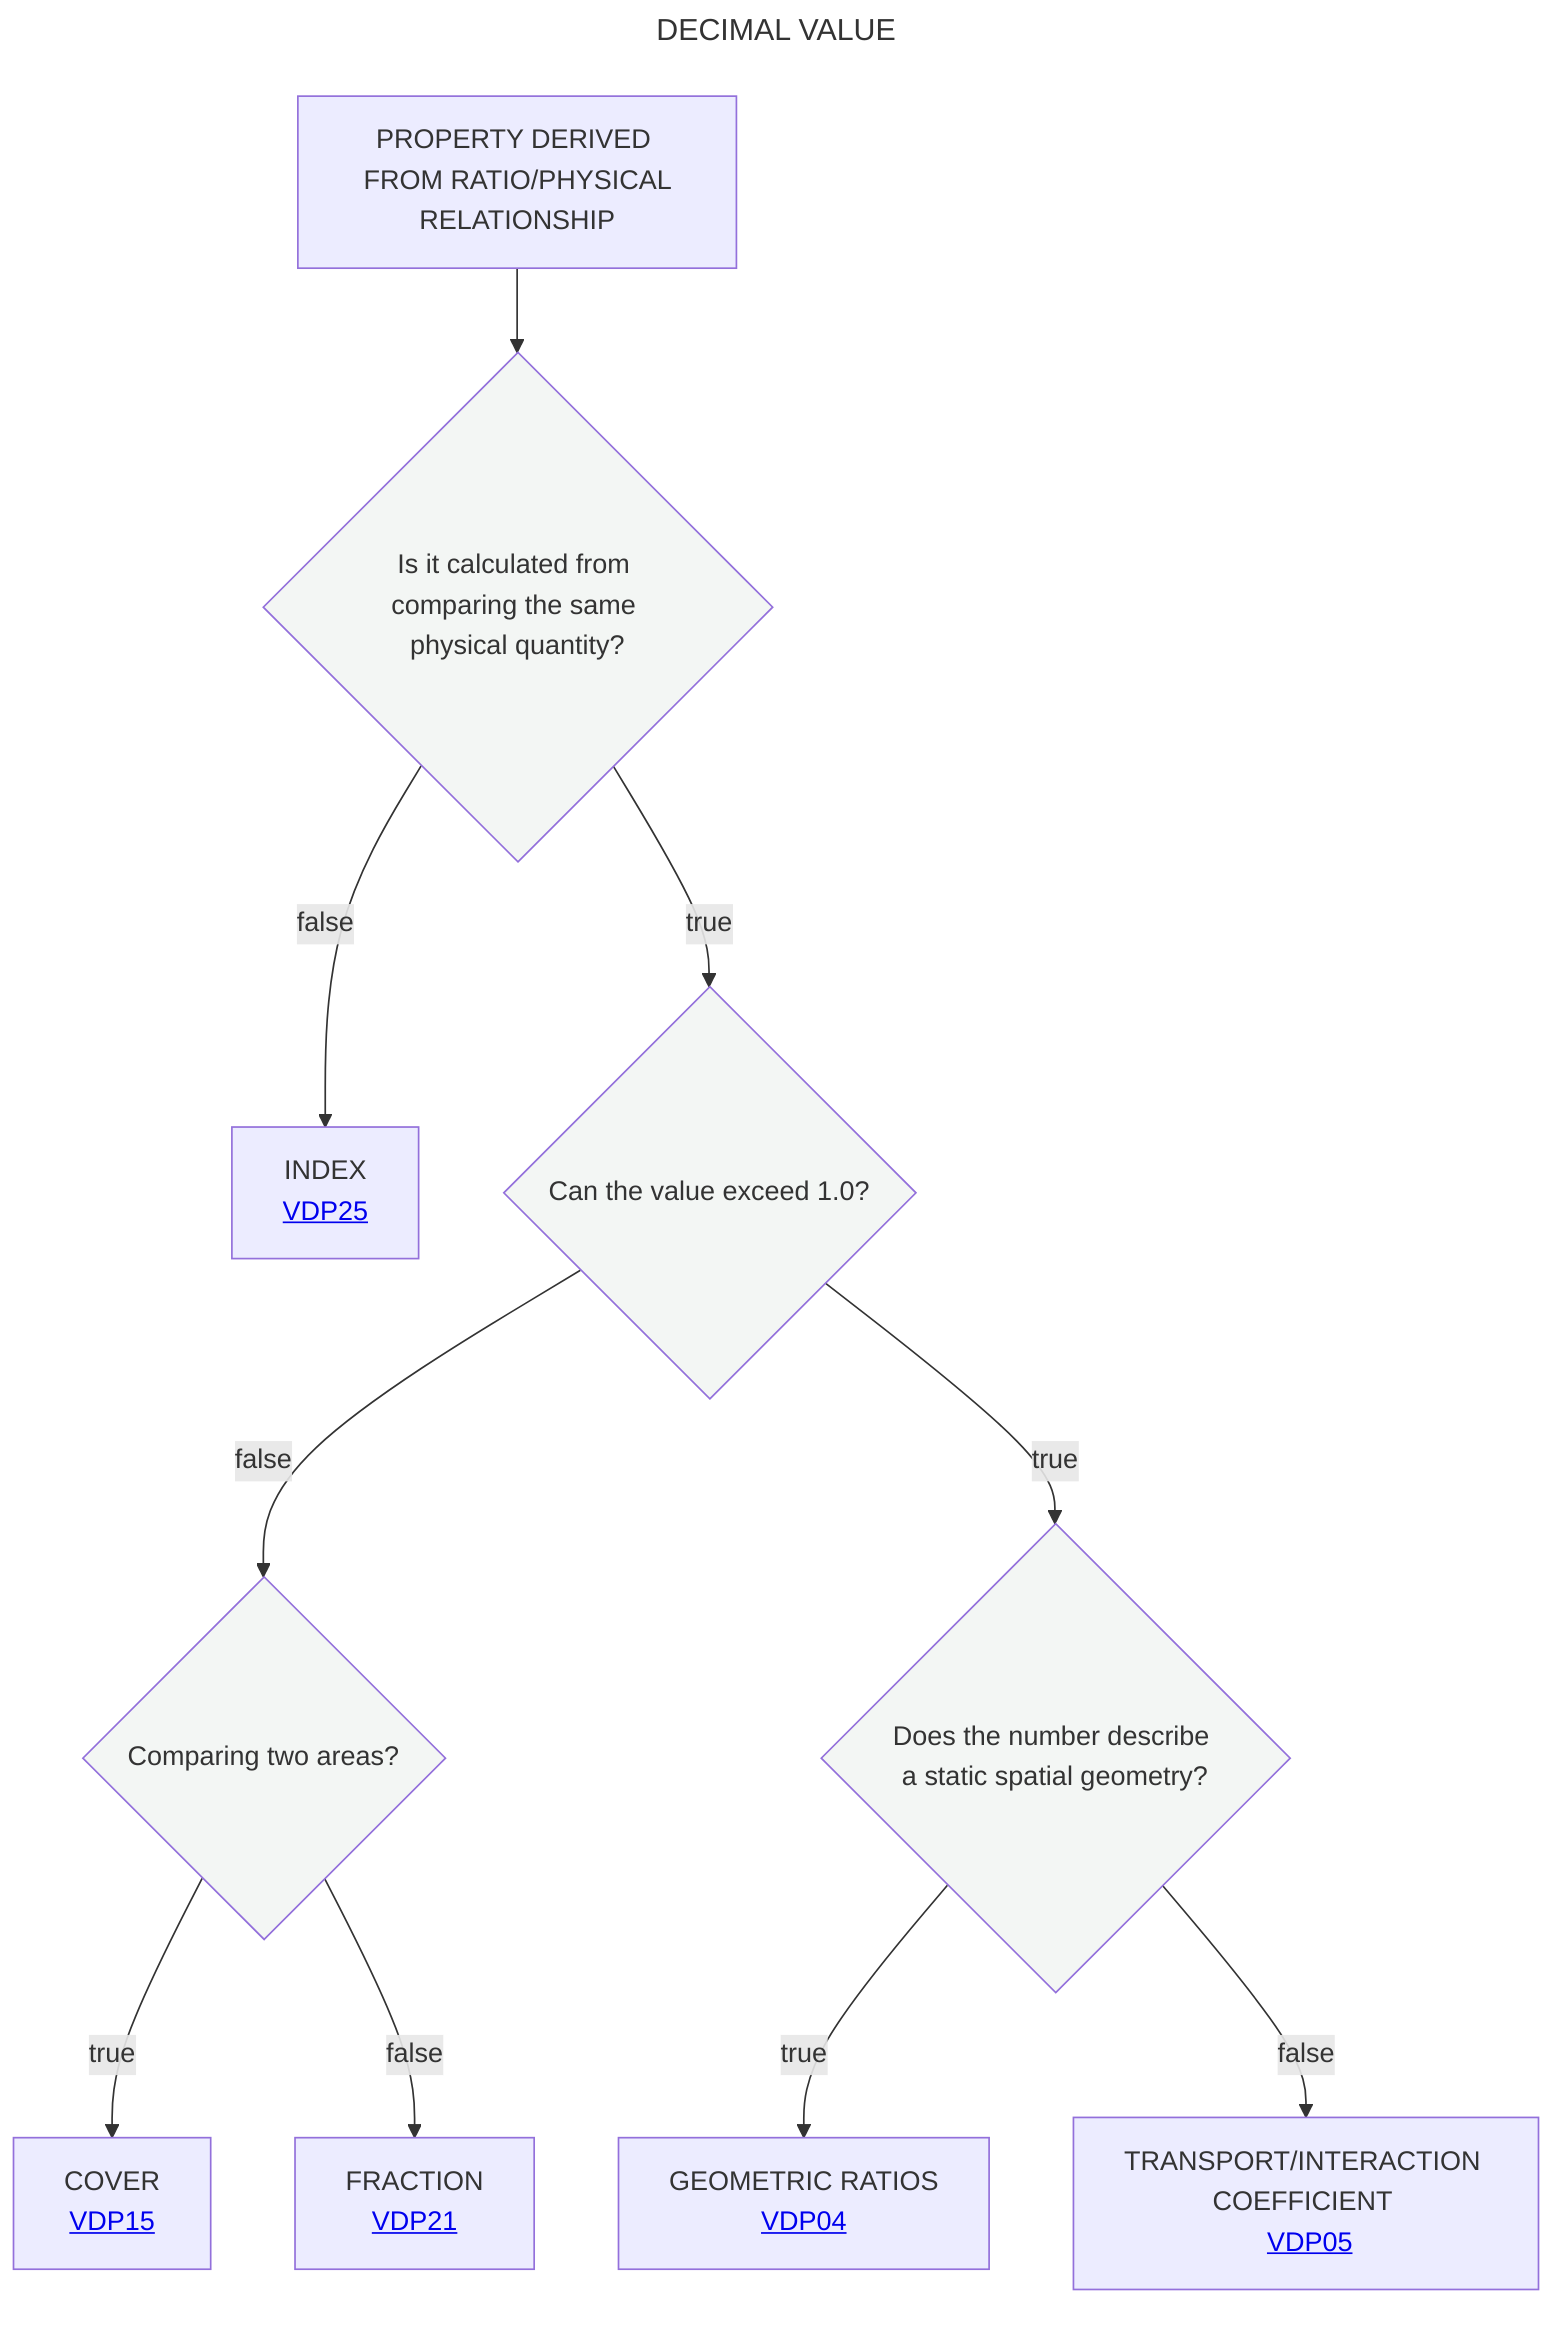
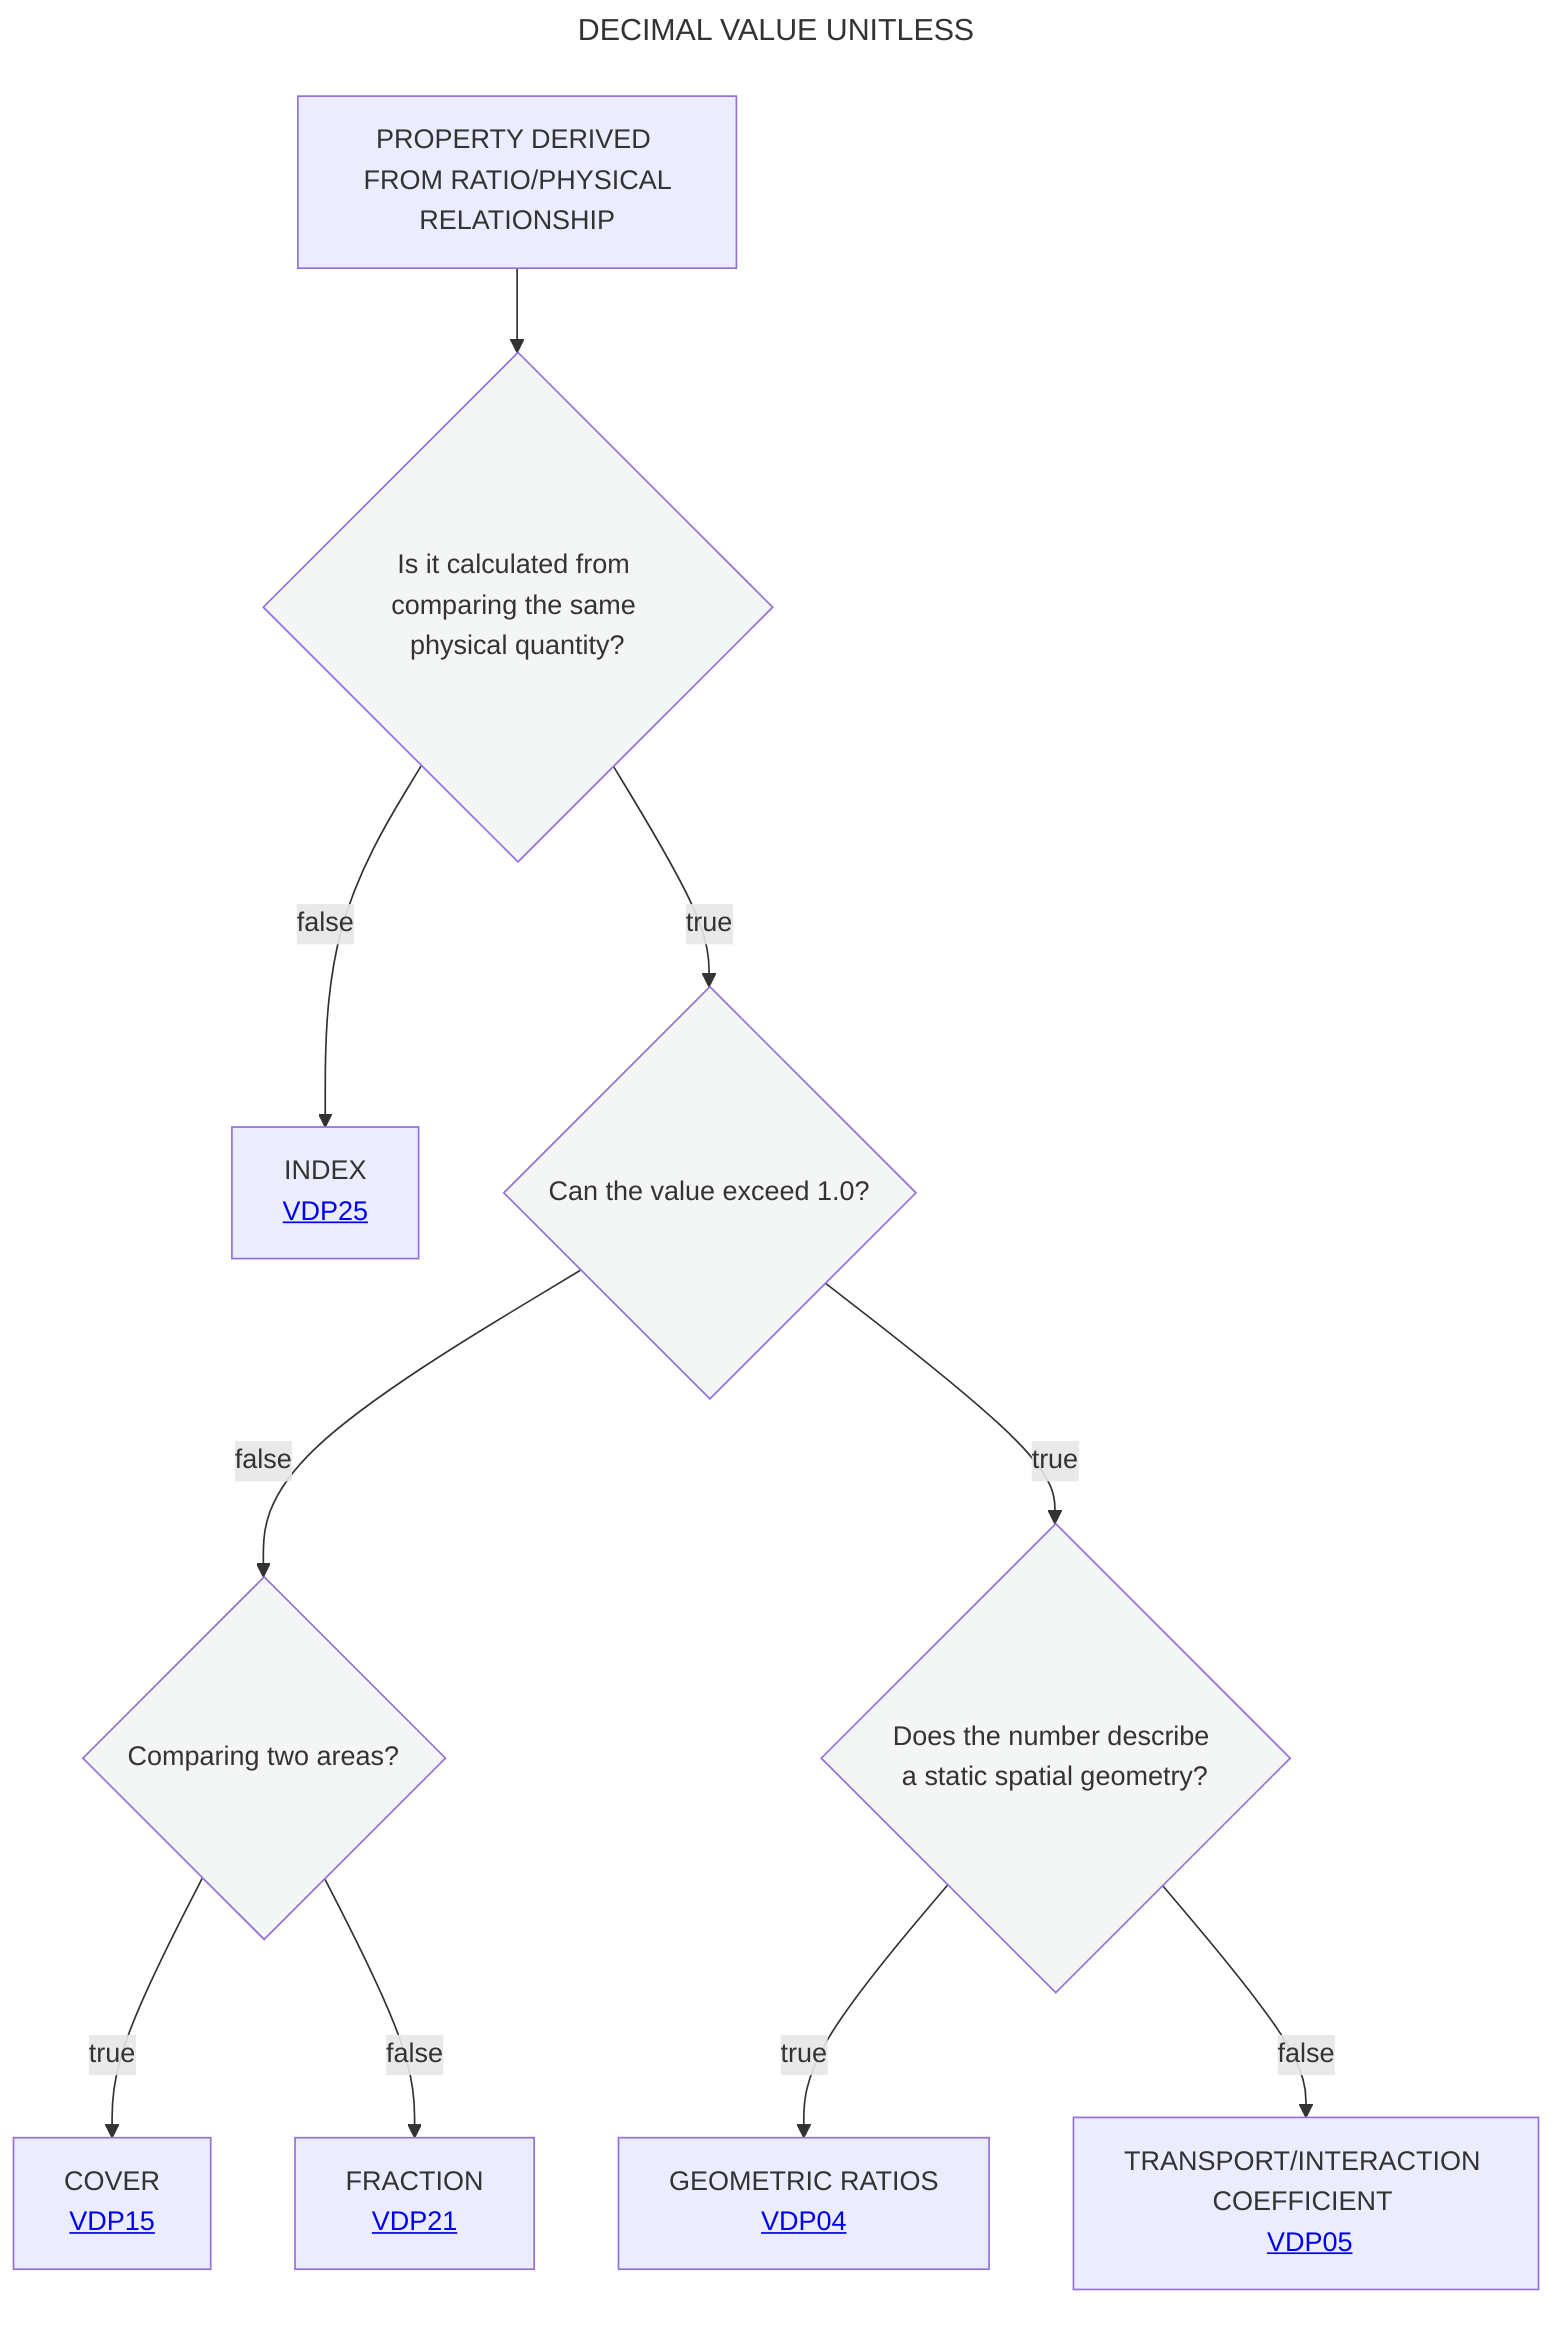
---
- title: DECIMAL VALUE
+ title: DECIMAL VALUE UNITLESS
---
flowchart TD
    A[PROPERTY DERIVED <br> FROM RATIO/PHYSICAL RELATIONSHIP] --> B{Is it calculated from comparing the same physical quantity?}:::white
    B --> |false|C[INDEX <br> <a href='https://github.com/mabablue/I-ADOPT-patterns-playground/blob/main/pattern/VDP25.yaml'>VDP25</a>]
    B --> |true|D{Can the value exceed 1.0?}:::white
    D --> |false|E{Comparing two areas?}:::white
    D --> |true|L{Does the number describe a static spatial geometry?}:::white
    E --> |true|G[COVER <br> <a href='https://github.com/mabablue/I-ADOPT-patterns-playground/blob/main/pattern/VDP15.yaml'>VDP15</a>]
    E --> |false|H[FRACTION <br> <a href='https://github.com/mabablue/I-ADOPT-patterns-playground/blob/main/pattern/VDP21.yaml'>VDP21</a>]
    L --> |true|M[GEOMETRIC RATIOS <br> <a href='https://github.com/mabablue/I-ADOPT-patterns-playground/blob/main/pattern/VDP04.yaml'>VDP04</a>]
    L --> |false|N[TRANSPORT/INTERACTION COEFFICIENT <br> <a href='https://github.com/mabablue/I-ADOPT-patterns-playground/blob/main/pattern/VDP05.yaml'>VDP05</a>]
   classDef blue fill:#90D5FF
   classDef satblue fill:#57B9FF
   classDef white fill:#f3f6f4
   classDef green fill:#6aa84f
